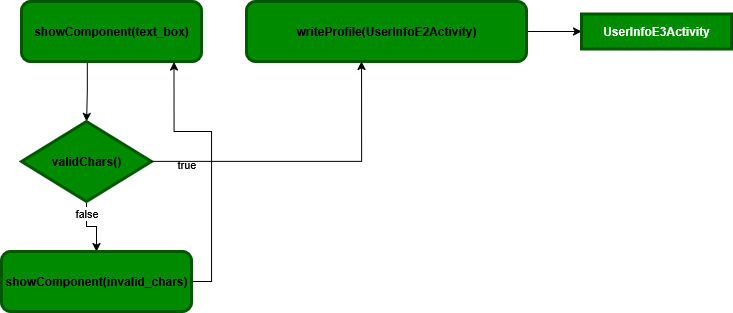
Edward326/PersonalProjects keeps this draw.io diagram as ui_design/usecase_diagram/activities/userinfoE2_activity.png. Above is the earlier version. Source tidied: cells renumbered, new cells last; positions are measured from the earlier drawing's top-left corner, leaving out a move shared by most shapes. Source of this version:
```xml
<mxGraphModel>
  <root>
    <mxCell id="0" />
    <mxCell id="1" parent="0" />
    <mxCell id="2" style="edgeStyle=orthogonalEdgeStyle;rounded=0;jettySize=auto;html=1;exitX=0.365;exitY=1.006;exitDx=0;exitDy=0;exitPerimeter=0;" parent="1" edge="1" source="3" target="6">
      <mxGeometry relative="1" as="geometry" />
    </mxCell>
    <mxCell id="3" value="showComponent(text_box)" style="rounded=1;whiteSpace=wrap;html=1;fillColor=#008a00;fontColor=light-dark(#000000,#FFFFFF);strokeColor=light-dark(#005700,#000000);strokeWidth=3;fontStyle=1;" parent="1" vertex="1">
      <mxGeometry x="20" width="180" height="60" as="geometry" />
    </mxCell>
    <mxCell id="4" style="edgeStyle=orthogonalEdgeStyle;rounded=0;jettySize=auto;html=1;" parent="1" edge="1" source="6" target="8">
      <mxGeometry relative="1" as="geometry" />
    </mxCell>
    <mxCell id="5" value="false" style="edgeLabel;html=1;align=center;verticalAlign=middle;" parent="4" vertex="1">
      <mxGeometry x="-0.64" y="-1" relative="1" as="geometry" />
    </mxCell>
    <mxCell id="6" value="validChars()" style="rhombus;whiteSpace=wrap;html=1;fillColor=#008a00;fontColor=light-dark(#000000,#FFFFFF);strokeColor=light-dark(#005700,#000000);strokeWidth=3;fontStyle=1;" parent="1" vertex="1">
      <mxGeometry x="20" y="120" width="130" height="80" as="geometry" />
    </mxCell>
    <mxCell id="7" value="true" style="edgeLabel;html=1;align=center;verticalAlign=middle;" parent="1" vertex="1">
      <mxGeometry x="184.1" y="162" as="geometry" />
    </mxCell>
    <mxCell id="8" value="showComponent(invalid_chars)" style="rounded=1;whiteSpace=wrap;html=1;fillColor=#008a00;fontColor=light-dark(#000000,#FFFFFF);strokeColor=light-dark(#005700,#000000);strokeWidth=3;fontStyle=1;" parent="1" vertex="1">
      <mxGeometry y="250" width="190" height="60" as="geometry" />
    </mxCell>
    <mxCell id="9" style="edgeStyle=orthogonalEdgeStyle;rounded=0;jettySize=auto;html=1;entryX=0.847;entryY=1.006;entryDx=0;entryDy=0;entryPerimeter=0;exitX=1;exitY=0.5;exitDx=0;exitDy=0;" parent="1" edge="1" source="8" target="3">
      <mxGeometry relative="1" as="geometry">
        <Array as="points">
          <mxPoint x="210" y="280" />
          <mxPoint x="210" y="130" />
          <mxPoint x="173" y="130" />
        </Array>
      </mxGeometry>
    </mxCell>
    <mxCell id="10" style="edgeStyle=orthogonalEdgeStyle;rounded=0;jettySize=auto;html=1;" parent="1" edge="1" source="11" target="12">
      <mxGeometry relative="1" as="geometry" />
    </mxCell>
    <mxCell id="11" value="writeProfile(UserInfoE2Activity)" style="rounded=1;whiteSpace=wrap;html=1;fillColor=#008a00;fontColor=light-dark(#000000,#FFFFFF);strokeColor=light-dark(#005700,#000000);strokeWidth=3;fontStyle=1;" parent="1" vertex="1">
      <mxGeometry x="245" width="280" height="60" as="geometry" />
    </mxCell>
    <mxCell id="12" value="UserInfoE3Activity" style="rounded=0;whiteSpace=wrap;html=1;fillColor=#008a00;fontColor=light-dark(#FFFFFF,#FFFFFF);strokeColor=light-dark(#005700,#000000);strokeWidth=3;fontStyle=1;" parent="1" vertex="1">
      <mxGeometry x="580" y="12.5" width="150" height="35" as="geometry" />
    </mxCell>
    <mxCell id="13" style="edgeStyle=orthogonalEdgeStyle;rounded=0;jettySize=auto;html=1;entryX=0.411;entryY=1;entryDx=0;entryDy=0;entryPerimeter=0;" parent="1" edge="1" source="6" target="11">
      <mxGeometry relative="1" as="geometry" />
    </mxCell>
  </root>
</mxGraphModel>
```
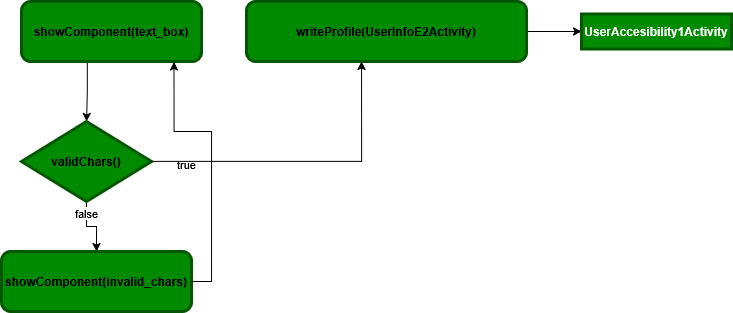
Later version of the same file.

The edit, as a diff of the source:
```diff
@@ -38,7 +38,7 @@
     <mxCell id="11" value="writeProfile(UserInfoE2Activity)" style="rounded=1;whiteSpace=wrap;html=1;fillColor=#008a00;fontColor=light-dark(#000000,#FFFFFF);strokeColor=light-dark(#005700,#000000);strokeWidth=3;fontStyle=1;" parent="1" vertex="1">
       <mxGeometry x="245" width="280" height="60" as="geometry" />
     </mxCell>
-    <mxCell id="12" value="UserInfoE3Activity" style="rounded=0;whiteSpace=wrap;html=1;fillColor=#008a00;fontColor=light-dark(#FFFFFF,#FFFFFF);strokeColor=light-dark(#005700,#000000);strokeWidth=3;fontStyle=1;" parent="1" vertex="1">
+    <mxCell id="12" value="UserAccesibility1Activity" style="rounded=0;whiteSpace=wrap;html=1;fillColor=#008a00;fontColor=light-dark(#FFFFFF,#FFFFFF);strokeColor=light-dark(#005700,#000000);strokeWidth=3;fontStyle=1;" parent="1" vertex="1">
       <mxGeometry x="580" y="12.5" width="150" height="35" as="geometry" />
     </mxCell>
     <mxCell id="13" style="edgeStyle=orthogonalEdgeStyle;rounded=0;jettySize=auto;html=1;entryX=0.411;entryY=1;entryDx=0;entryDy=0;entryPerimeter=0;" parent="1" edge="1" source="6" target="11">
```
